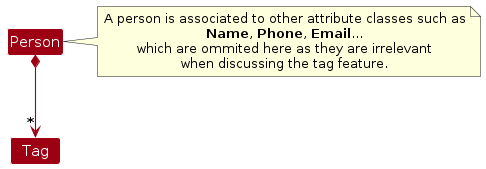
The PlantUML diagram diagrams/tag-feature/PersonClassDiagram.png in yucongkoo/tp, before a commit. Its source is kept beside it as diagrams/tag-feature/PersonClassDiagram.puml.
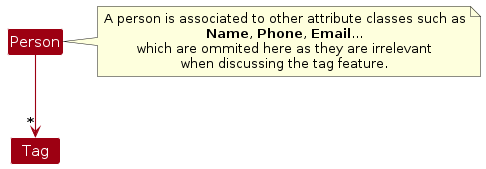
The same diagram one commit later.

Change to the diagram source:
```diff
@@ -13,5 +13,5 @@
 end note
 Class Tag
 
-Person *--> "*" Tag
+Person --> "*" Tag
 @enduml
```
